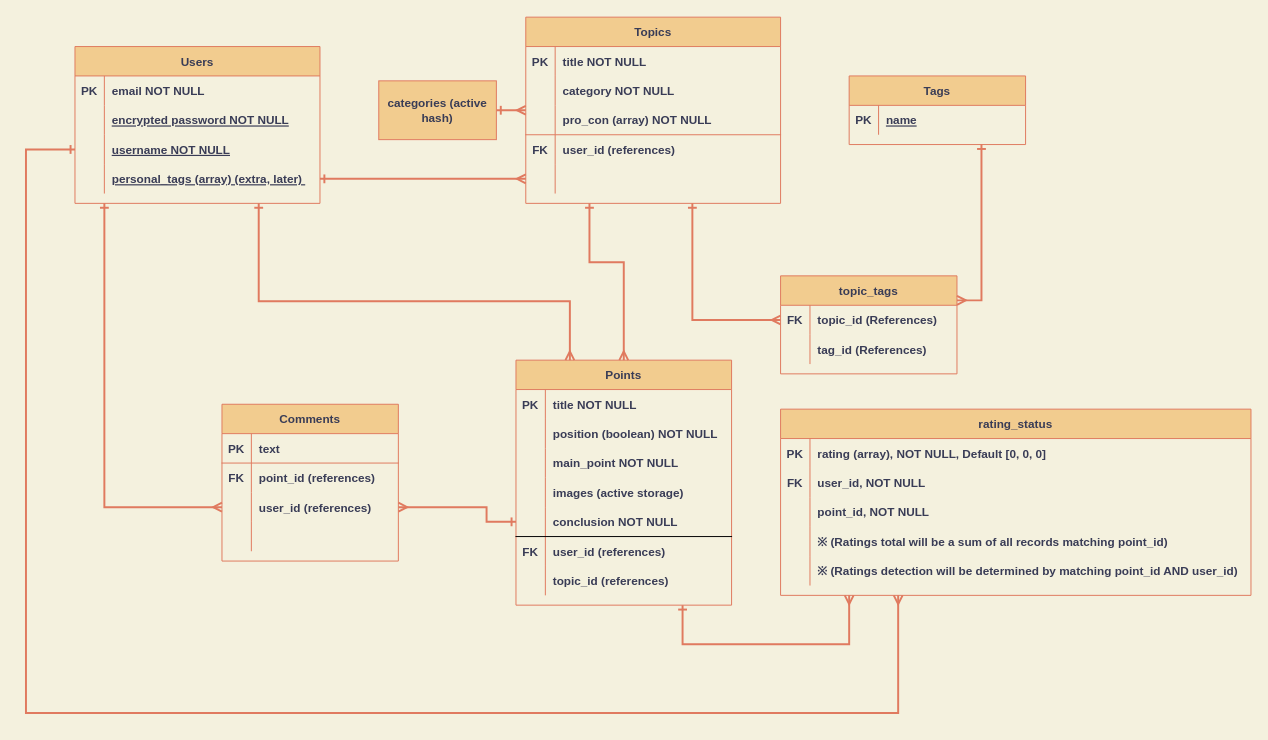
Earlier version of the draw.io diagram ER.drawio (FM-HXR/nebulus). Source tidied: cells renumbered, new cells numbered last; positions are measured from the earlier drawing's top-left corner, leaving out a move shared by most shapes. Both pictures are drawn from the tidied source at 98%, with x=0, y=0 at pixel (25, 17).
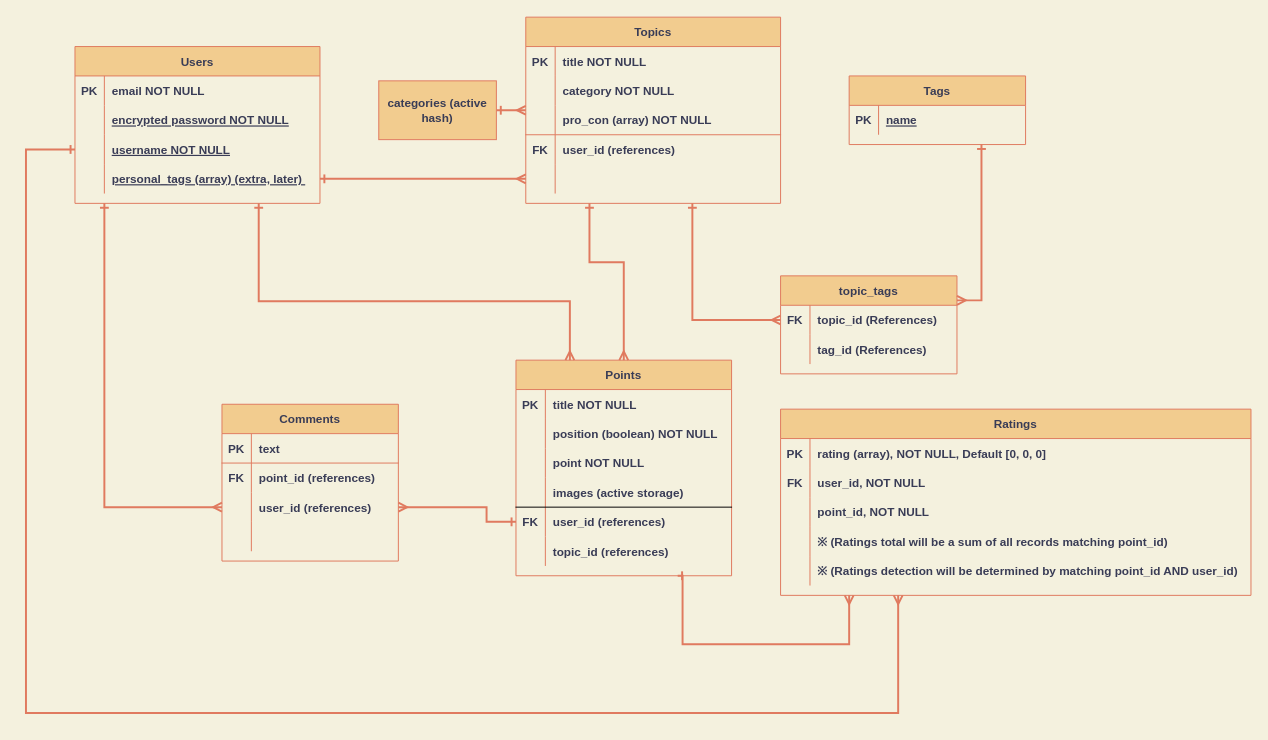
Above is the later version.

The change refers to these unchanged cells:
```xml
<mxCell id="9" style="shape=partialRectangle;fillColor=none;top=0;left=0;bottom=1;right=0;fontColor=#393C56;strokeColor=none;" parent="2" vertex="1">
  <mxGeometry y="90" width="220" height="30" as="geometry" />
</mxCell>
<mxCell id="31" style="shape=partialRectangle;fillColor=none;top=0;left=0;bottom=0;right=0;points=[[0,0.5],[1,0.5]];portConstraint=eastwest;strokeColor=#E07A5F;fontColor=#393C56;" parent="24" vertex="1">
  <mxGeometry y="90" width="180" height="30" as="geometry" />
</mxCell>
```

Diff of the diagram source:
```diff
@@
     <mxCell id="2" value="Points" style="shape=table;startSize=30;childLayout=tableLayout;rowLines=0;fontStyle=1;align=center;fillColor=#F2CC8F;strokeColor=#E07A5F;fontColor=#393C56;" parent="1" vertex="1">
-      <mxGeometry x="500" y="350" width="220" height="250" as="geometry" />
+      <mxGeometry x="500" y="350" width="220" height="220" as="geometry" />
     </mxCell>
@@
-    <mxCell id="11" value="main_point NOT NULL" style="shape=partialRectangle;fillColor=none;top=0;left=0;bottom=0;right=0;align=left;spacingLeft=6;fontStyle=1;overflow=hidden;strokeColor=#E07A5F;fontColor=#393C56;" parent="9" vertex="1">
+    <mxCell id="11" value="point NOT NULL" style="shape=partialRectangle;fillColor=none;top=0;left=0;bottom=0;right=0;align=left;spacingLeft=6;fontStyle=1;overflow=hidden;strokeColor=#E07A5F;fontColor=#393C56;" parent="9" vertex="1">
       <mxGeometry x="30" width="190" height="30" as="geometry" />
     </mxCell>
-    <mxCell id="12" style="shape=partialRectangle;fillColor=none;top=0;left=0;bottom=1;right=0;fontColor=#393C56;strokeColor=none;" parent="2" vertex="1">
+    <mxCell id="12" style="shape=partialRectangle;fillColor=none;top=0;left=0;bottom=1;right=0;fontColor=#393C56;strokeColor=#000000;" parent="2" vertex="1">
       <mxGeometry y="120" width="220" height="30" as="geometry" />
     </mxCell>
@@
-    <mxCell id="15" style="shape=partialRectangle;fillColor=none;top=0;left=0;bottom=1;right=0;points=[[0,0.5],[1,0.5]];portConstraint=eastwest;fontColor=#393C56;strokeColor=#000000;" parent="2" vertex="1">
-      <mxGeometry y="150" width="220" height="30" as="geometry" />
-    </mxCell>
-    <mxCell id="16" style="shape=partialRectangle;fillColor=none;top=0;left=0;bottom=0;right=0;fontStyle=1;overflow=hidden;strokeColor=#E07A5F;fontColor=#393C56;" parent="15" vertex="1">
-      <mxGeometry width="30" height="30" as="geometry" />
-    </mxCell>
-    <mxCell id="17" value="conclusion NOT NULL" style="shape=partialRectangle;fillColor=none;top=0;left=0;bottom=0;right=0;align=left;spacingLeft=6;fontStyle=1;overflow=hidden;strokeColor=#E07A5F;fontColor=#393C56;" parent="15" vertex="1">
-      <mxGeometry x="30" width="190" height="30" as="geometry" />
-    </mxCell>
     <mxCell id="18" style="shape=partialRectangle;fillColor=none;top=0;left=0;bottom=0;right=0;strokeColor=#E07A5F;fontColor=#393C56;" parent="2" vertex="1">
-      <mxGeometry y="180" width="220" height="30" as="geometry" />
+      <mxGeometry y="150" width="220" height="30" as="geometry" />
     </mxCell>
@@
     <mxCell id="21" style="shape=partialRectangle;fillColor=none;top=0;left=0;bottom=0;right=0;strokeColor=#E07A5F;fontColor=#393C56;" parent="2" vertex="1">
-      <mxGeometry y="210" width="220" height="30" as="geometry" />
+      <mxGeometry y="180" width="220" height="30" as="geometry" />
     </mxCell>
@@
-    <mxCell id="82" style="endArrow=ERmany;html=1;rounded=0;strokeColor=#E07A5F;fillColor=#F2CC8F;fontColor=#393C56;edgeStyle=orthogonalEdgeStyle;entryX=1;entryY=0.5;entryDx=0;entryDy=0;startArrow=ERone;startFill=0;endFill=0;strokeWidth=2;exitX=0;exitY=0.5;exitDx=0;exitDy=0;" parent="1" edge="1" source="15" target="31">
+    <mxCell id="82" style="endArrow=ERmany;html=1;rounded=0;strokeColor=#E07A5F;fillColor=#F2CC8F;fontColor=#393C56;edgeStyle=orthogonalEdgeStyle;entryX=1;entryY=0.5;entryDx=0;entryDy=0;startArrow=ERone;startFill=0;endFill=0;strokeWidth=2;exitX=0;exitY=0.5;exitDx=0;exitDy=0;" parent="1" edge="1" target="31">
       <mxGeometry relative="1" as="geometry">
+        <mxPoint x="500" y="515" as="sourcePoint" />
         <Array as="points">
           <mxPoint x="470" y="515" />
           <mxPoint x="470" y="500" />
         </Array>
       </mxGeometry>
     </mxCell>
@@
-    <mxCell id="86" value="rating_status" style="shape=table;startSize=30;childLayout=tableLayout;rowLines=0;fontStyle=1;align=center;fillColor=#F2CC8F;strokeColor=#E07A5F;fontColor=#393C56;" parent="1" vertex="1">
+    <mxCell id="86" value="Ratings" style="shape=table;startSize=30;childLayout=tableLayout;rowLines=0;fontStyle=1;align=center;fillColor=#F2CC8F;strokeColor=#E07A5F;fontColor=#393C56;" parent="1" vertex="1">
       <mxGeometry x="770" y="400" width="480" height="190" as="geometry" />
     </mxCell>
@@
-    <mxCell id="102" style="endArrow=ERmany;html=1;rounded=0;strokeColor=#E07A5F;fillColor=#F2CC8F;fontColor=#393C56;edgeStyle=orthogonalEdgeStyle;startArrow=ERone;startFill=0;endFill=0;strokeWidth=2;" parent="1" edge="1">
+    <mxCell id="102" style="endArrow=ERmany;html=1;rounded=0;strokeColor=#E07A5F;fillColor=#F2CC8F;fontColor=#393C56;edgeStyle=orthogonalEdgeStyle;startArrow=ERone;startFill=0;endFill=0;strokeWidth=2;exitX=0.75;exitY=1;exitDx=0;exitDy=0;" parent="1" edge="1" source="2">
       <mxGeometry relative="1" as="geometry">
-        <mxPoint x="670" y="600" as="sourcePoint" />
         <mxPoint x="840" y="590" as="targetPoint" />
         <Array as="points">
+          <mxPoint x="670" y="570" />
           <mxPoint x="670" y="640" />
           <mxPoint x="840" y="640" />
         </Array>
       </mxGeometry>
     </mxCell>
```
